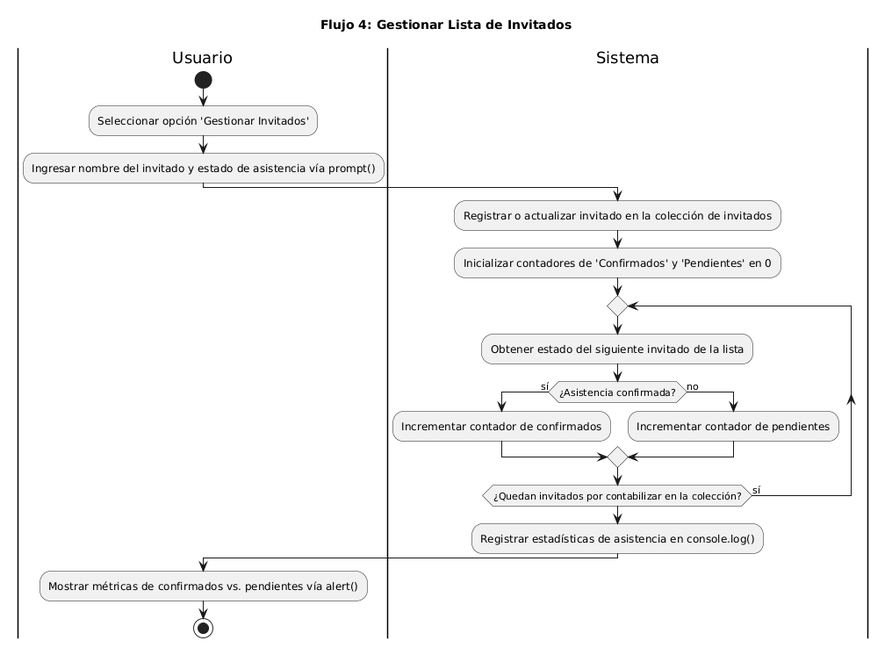
The PlantUML diagram docs/05-diagramas/01-diagrama-de-actividades/actividad-flujo-4-gestionar-invitados.png in carolabenvenuto-uces/planit, before a commit. Its diagram source:
```plantuml
@startuml
title Flujo 4: Gestionar Lista de Invitados

|Usuario|
start
:Seleccionar opción 'Gestionar Invitados';
:Ingresar nombre del invitado y estado de asistencia vía prompt();

|Sistema|
:Registrar o actualizar invitado en la colección de invitados;
:Inicializar contadores de 'Confirmados' y 'Pendientes' en 0;

repeat
  :Obtener estado del siguiente invitado de la lista;
  if (¿Asistencia confirmada?) then (sí)
    :Incrementar contador de confirmados;
  else (no)
    :Incrementar contador de pendientes;
  endif
repeat while (¿Quedan invitados por contabilizar en la colección?) is (sí)

:Registrar estadísticas de asistencia en console.log();

|Usuario|
:Mostrar métricas de confirmados vs. pendientes vía alert();
stop
@enduml
```
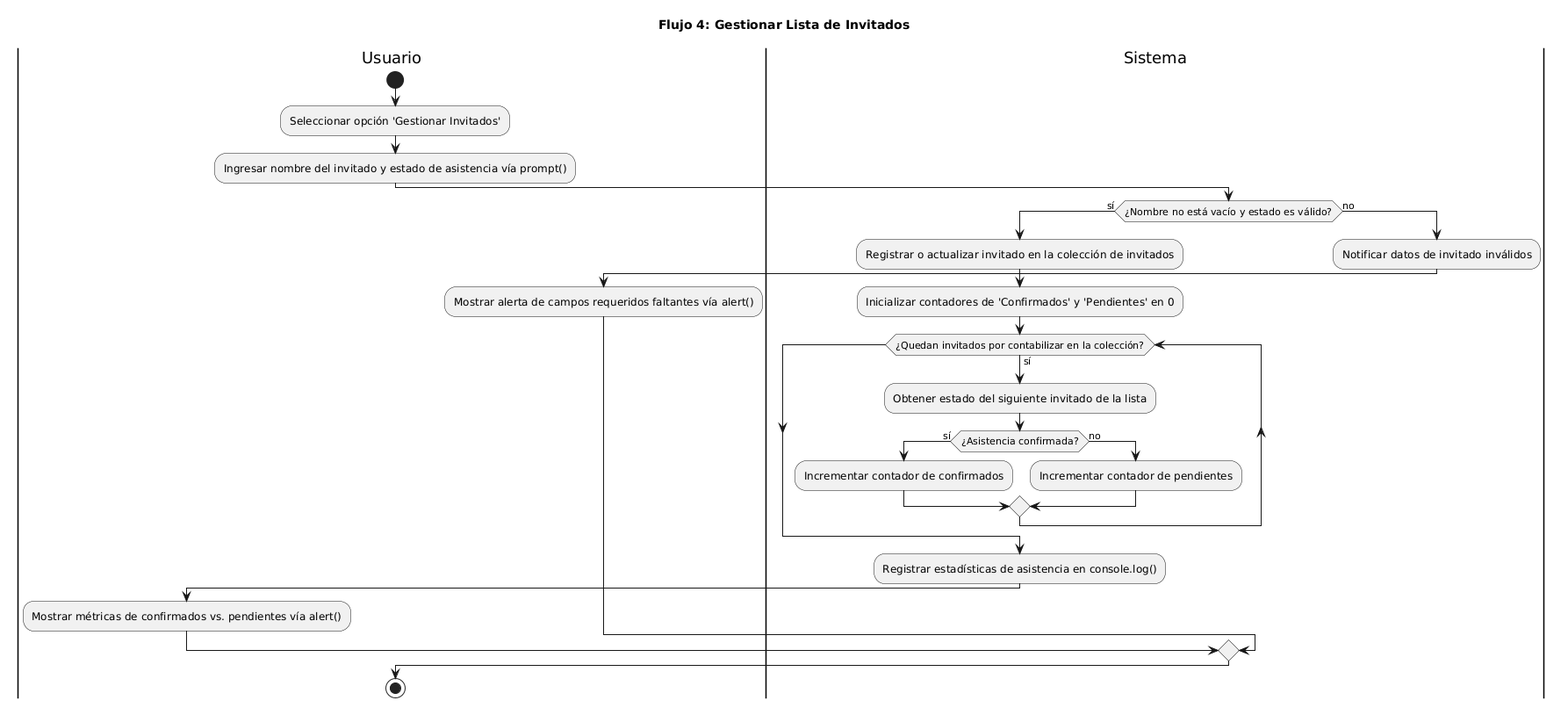
Later version of the same file.

Commit message:
refactor(diagramas): incorpora validaciones, bucles while y tabla de trazabilidad RC-ARQ-10

Diff of the diagram source:
```diff
@@ -7,21 +7,30 @@
 :Ingresar nombre del invitado y estado de asistencia vía prompt();
 
 |Sistema|
-:Registrar o actualizar invitado en la colección de invitados;
-:Inicializar contadores de 'Confirmados' y 'Pendientes' en 0;
+if (¿Nombre no está vacío y estado es válido?) then (sí)
+  :Registrar o actualizar invitado en la colección de invitados;
+  :Inicializar contadores de 'Confirmados' y 'Pendientes' en 0;
 
-repeat
-  :Obtener estado del siguiente invitado de la lista;
-  if (¿Asistencia confirmada?) then (sí)
-    :Incrementar contador de confirmados;
-  else (no)
-    :Incrementar contador de pendientes;
-  endif
-repeat while (¿Quedan invitados por contabilizar en la colección?) is (sí)
+  while (¿Quedan invitados por contabilizar en la colección?) is (sí)
+    :Obtener estado del siguiente invitado de la lista;
+    if (¿Asistencia confirmada?) then (sí)
+      :Incrementar contador de confirmados;
+    else (no)
+      :Incrementar contador de pendientes;
+    endif
+  endwhile
 
-:Registrar estadísticas de asistencia en console.log();
+  :Registrar estadísticas de asistencia en console.log();
 
-|Usuario|
-:Mostrar métricas de confirmados vs. pendientes vía alert();
+  |Usuario|
+  :Mostrar métricas de confirmados vs. pendientes vía alert();
+else (no)
+  |Sistema|
+  :Notificar datos de invitado inválidos;
+
+  |Usuario|
+  :Mostrar alerta de campos requeridos faltantes vía alert();
+endif
+
 stop
 @enduml
```
